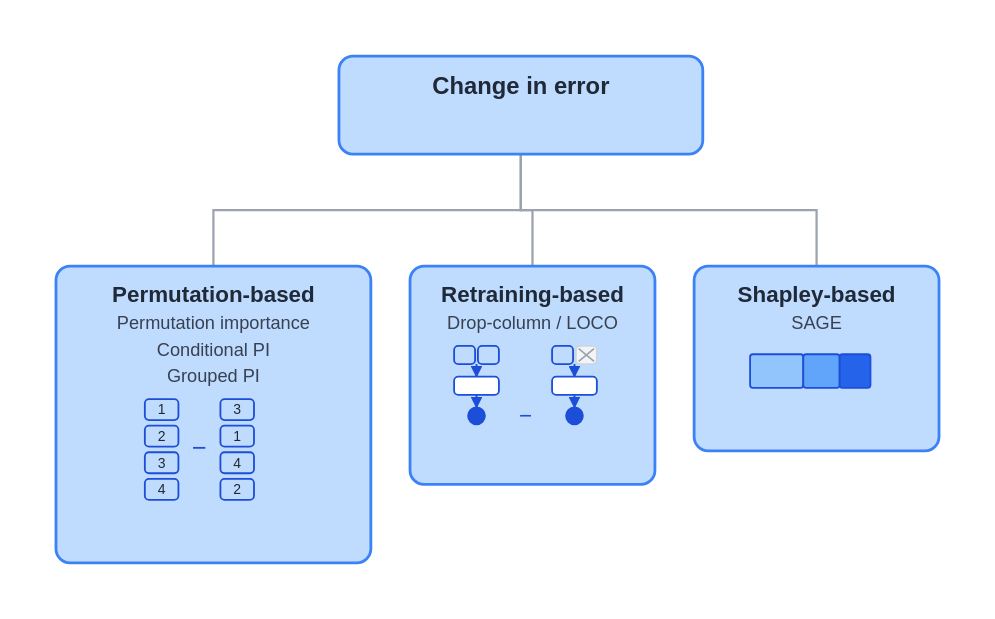
Earlier version of the draw.io export posts/explaining-black-box-predictions/diagrams/taxonomy_removal_error.drawio.svg (DMLF1/blog). Source tidied: cells renumbered, new cells last; positions are measured from the earlier drawing's top-left corner, leaving out a move shared by most shapes.
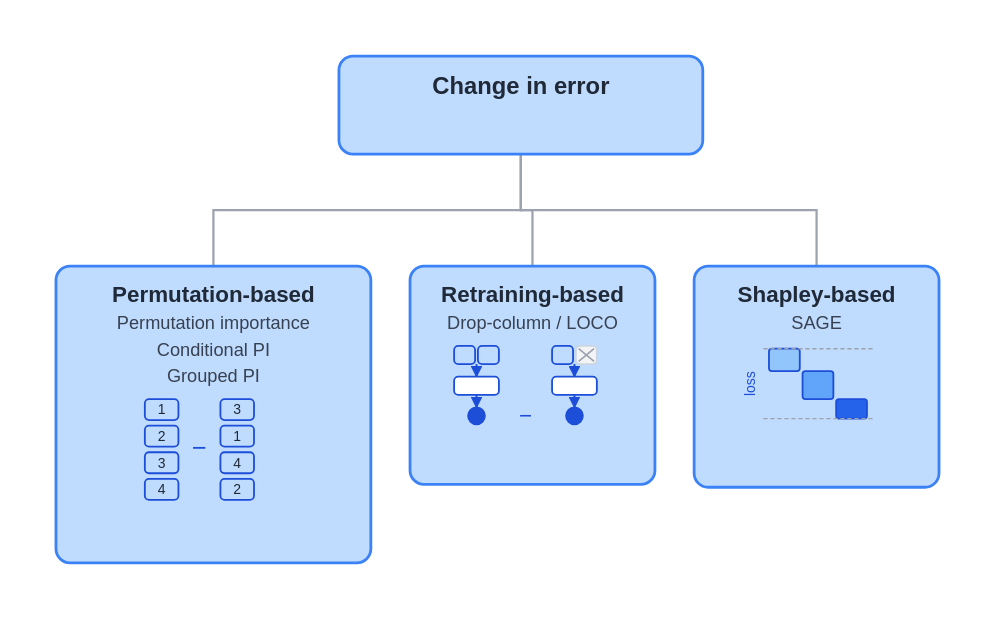
Later version of the same file.

Commit message:
GAM/EBM as siblings under Additive models; SAGE as a loss waterfall

Diff of the diagram source:
```diff
@@ -90,17 +90,32 @@
       <mxGeometry x="328" y="249" width="16" height="16" as="geometry" />
     </mxCell>
     <mxCell id="27" value="&lt;span style=&quot;font-size:16px;color:#1F2937;font-weight:bold;&quot;&gt;Shapley-based&lt;/span&gt;&lt;br&gt;&lt;span style=&quot;font-size:13px;color:#374151;&quot;&gt;SAGE&lt;/span&gt;" style="rounded=1;whiteSpace=wrap;html=1;fillColor=#BFDBFE;strokeColor=#3B82F6;strokeWidth=2;" parent="1" vertex="1">
-      <mxGeometry x="456" y="150" width="175" height="132" as="geometry" />
+      <mxGeometry x="456" y="150" width="175" height="158" as="geometry" />
     </mxCell>
-    <mxCell id="28" style="rounded=1;whiteSpace=wrap;html=1;fillColor=#93C5FD;strokeColor=#1D4ED8;" parent="1" vertex="1">
-      <mxGeometry x="496" y="213" width="38" height="24" as="geometry" />
-    </mxCell>
-    <mxCell id="29" style="rounded=1;whiteSpace=wrap;html=1;fillColor=#60A5FA;strokeColor=#1D4ED8;" parent="1" vertex="1">
-      <mxGeometry x="534" y="213" width="26" height="24" as="geometry" />
-    </mxCell>
-    <mxCell id="30" style="rounded=1;whiteSpace=wrap;html=1;fillColor=#2563EB;strokeColor=#1D4ED8;" parent="1" vertex="1">
-      <mxGeometry x="560" y="213" width="22" height="24" as="geometry" />
-    </mxCell>
+    <mxCell id="34" value="loss" style="text;html=1;align=center;verticalAlign=middle;fontSize=10;fontColor=#1D4ED8;rotation=270;" parent="1" vertex="1">
+      <mxGeometry x="488" y="225" width="18" height="18" as="geometry" />
+    </mxCell>
+    <mxCell id="35" style="rounded=1;whiteSpace=wrap;html=1;fillColor=#93C5FD;strokeColor=#1D4ED8;" parent="1" vertex="1">
+      <mxGeometry x="510" y="209" width="22" height="16" as="geometry" />
+    </mxCell>
+    <mxCell id="36" style="rounded=1;whiteSpace=wrap;html=1;fillColor=#60A5FA;strokeColor=#1D4ED8;" parent="1" vertex="1">
+      <mxGeometry x="534" y="225" width="22" height="20" as="geometry" />
+    </mxCell>
+    <mxCell id="37" style="rounded=1;whiteSpace=wrap;html=1;fillColor=#2563EB;strokeColor=#1D4ED8;" parent="1" vertex="1">
+      <mxGeometry x="558" y="245" width="22" height="14" as="geometry" />
+    </mxCell>
+    <mxCell id="38" style="edgeStyle=none;html=1;strokeColor=#9CA3AF;strokeWidth=1;dashed=1;endArrow=none;" parent="1" edge="1">
+      <mxGeometry relative="1" as="geometry">
+        <mxPoint x="506" y="209" as="sourcePoint" />
+        <mxPoint x="584" y="209" as="targetPoint" />
+      </mxGeometry>
+    </mxCell>
+    <mxCell id="39" style="edgeStyle=none;html=1;strokeColor=#9CA3AF;strokeWidth=1;dashed=1;endArrow=none;" parent="1" edge="1">
+      <mxGeometry relative="1" as="geometry">
+        <mxPoint x="506" y="259" as="sourcePoint" />
+        <mxPoint x="584" y="259" as="targetPoint" />
+      </mxGeometry>
+    </mxCell>
     <mxCell id="31" style="edgeStyle=orthogonalEdgeStyle;rounded=0;html=1;strokeColor=#9CA3AF;" parent="1" edge="1" source="2" target="3">
       <mxGeometry relative="1" as="geometry" />
     </mxCell>
```
